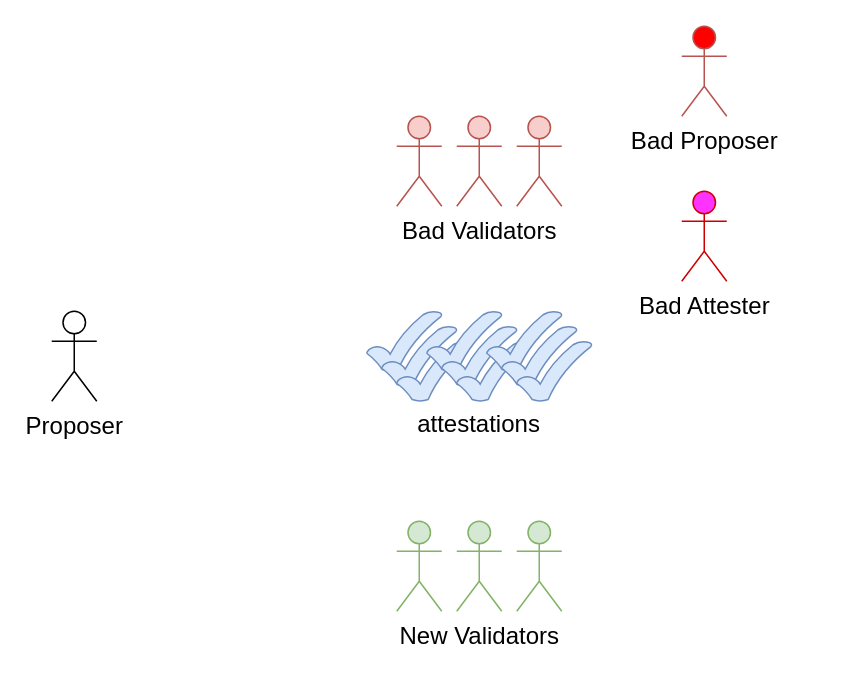
The draw.io diagram ethereum-research/pos-beaconchain/CL & data.drawio in 0xyicheng/a-research-diagram, before the edit. Source tidied: cells renumbered, new cells numbered last; positions are measured from the earlier drawing's top-left corner, leaving out a move shared by most shapes. Both pictures are drawn from the tidied source at 150%, with x=0, y=0 at pixel (51, 26).
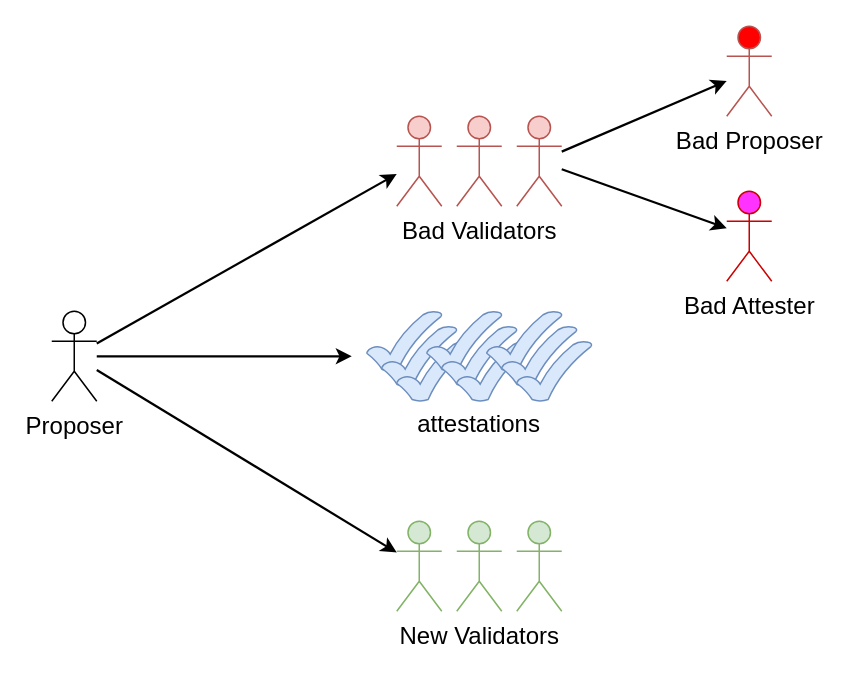
The same diagram, later.

The change refers to these unchanged cells:
```xml
<mxCell id="2" value="Proposer" style="shape=umlActor;verticalLabelPosition=bottom;verticalAlign=top;html=1;outlineConnect=0;fontSize=16;" parent="1" vertex="1">
  <mxGeometry y="190" width="30" height="60" as="geometry" />
</mxCell>
<mxCell id="3" style="shape=umlActor;verticalLabelPosition=bottom;verticalAlign=top;html=1;outlineConnect=0;fontSize=16;fillColor=#f8cecc;strokeColor=#b85450;" parent="1" vertex="1">
  <mxGeometry x="230" y="60" width="30" height="60" as="geometry" />
</mxCell>
<mxCell id="5" style="shape=umlActor;verticalLabelPosition=bottom;verticalAlign=top;html=1;outlineConnect=0;fontSize=16;fillColor=#f8cecc;strokeColor=#b85450;" parent="1" vertex="1">
  <mxGeometry x="310" y="60" width="30" height="60" as="geometry" />
</mxCell>
<mxCell id="6" style="shape=umlActor;verticalLabelPosition=bottom;verticalAlign=top;html=1;fontSize=16;fillColor=#d5e8d4;strokeColor=#82b366;" parent="1" vertex="1">
  <mxGeometry x="230" y="330" width="30" height="60" as="geometry" />
</mxCell>
```

What changed in the source:
```diff
@@
     <mxCell id="19" value="Bad Proposer" style="shape=umlActor;verticalLabelPosition=bottom;verticalAlign=top;html=1;outlineConnect=0;fontSize=16;fillColor=#FF0000;strokeColor=#b85450;" parent="1" vertex="1">
-      <mxGeometry x="420" width="30" height="60" as="geometry" />
+      <mxGeometry x="450" width="30" height="60" as="geometry" />
     </mxCell>
     <mxCell id="20" value="Bad Attester" style="shape=umlActor;verticalLabelPosition=bottom;verticalAlign=top;html=1;outlineConnect=0;fontSize=16;fillColor=#FF33FF;strokeColor=#CC0000;" parent="1" vertex="1">
-      <mxGeometry x="420" y="110" width="30" height="60" as="geometry" />
+      <mxGeometry x="450" y="110" width="30" height="60" as="geometry" />
     </mxCell>
+    <mxCell id="21" style="endArrow=classic;html=1;rounded=0;fontSize=16;strokeWidth=1.5;" parent="1" edge="1" source="5" target="19">
+      <mxGeometry relative="1" as="geometry" />
+    </mxCell>
+    <mxCell id="22" style="endArrow=classic;html=1;rounded=0;fontSize=16;strokeWidth=1.5;" parent="1" edge="1" source="5" target="20">
+      <mxGeometry relative="1" as="geometry" />
+    </mxCell>
+    <mxCell id="23" style="endArrow=classic;html=1;rounded=0;fontSize=16;strokeWidth=1.5;" parent="1" edge="1" source="2" target="3">
+      <mxGeometry relative="1" as="geometry" />
+    </mxCell>
+    <mxCell id="24" style="endArrow=classic;html=1;rounded=0;fontSize=16;strokeWidth=1.5;" parent="1" edge="1" source="2">
+      <mxGeometry relative="1" as="geometry">
+        <mxPoint x="200" y="220" as="targetPoint" />
+      </mxGeometry>
+    </mxCell>
+    <mxCell id="25" style="endArrow=classic;html=1;rounded=0;fontSize=16;strokeWidth=1.5;" parent="1" edge="1" source="2" target="6">
+      <mxGeometry relative="1" as="geometry" />
+    </mxCell>
```
